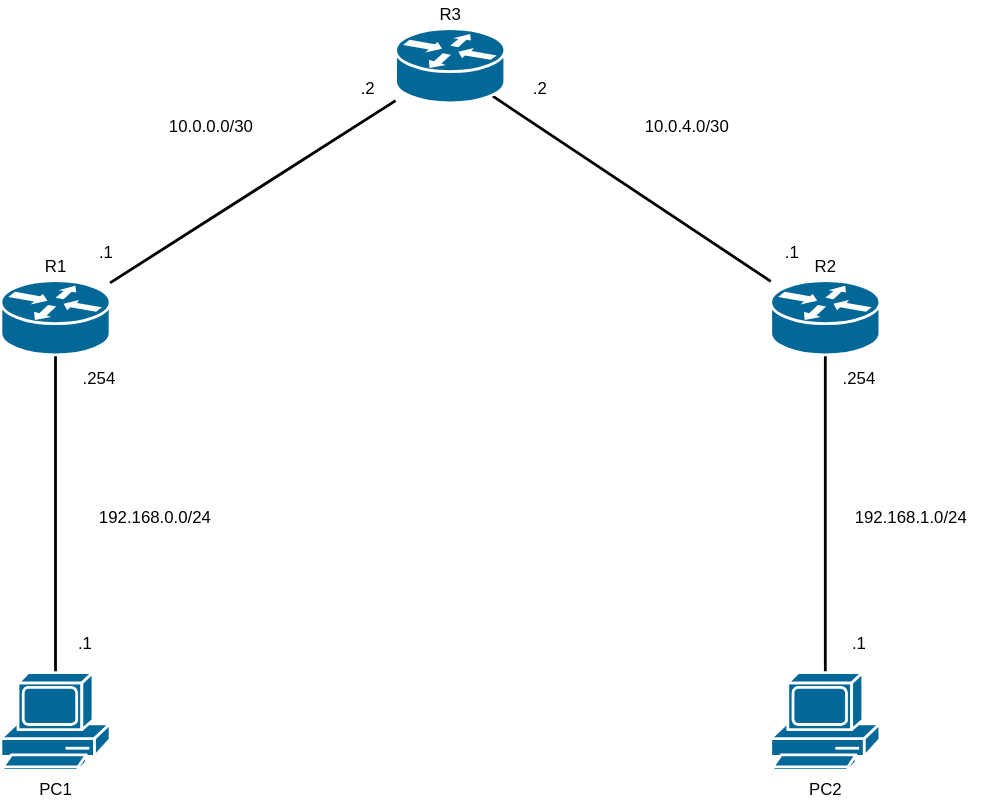
The draw.io diagram basic_routing01/fig/basic_static_route02.drawio.svg in ECCNetLab/problems, before a commit. Source tidied: cells renumbered, new cells last; positions are measured from the earlier drawing's top-left corner, leaving out a move shared by most shapes. The source it was exported from:
```xml
<mxGraphModel>
  <root>
    <mxCell id="0" />
    <mxCell id="1" parent="0" />
    <mxCell id="2" style="edgeStyle=none;html=1;endArrow=none;endFill=0;strokeWidth=2;" parent="1" edge="1" source="4" target="8">
      <mxGeometry relative="1" as="geometry" />
    </mxCell>
    <mxCell id="3" style="edgeStyle=none;html=1;strokeWidth=2;endArrow=none;endFill=0;" parent="1" edge="1" source="4" target="17">
      <mxGeometry relative="1" as="geometry" />
    </mxCell>
    <mxCell id="4" style="shape=mxgraph.cisco.routers.router;sketch=0;html=1;dashed=0;fillColor=#036897;strokeColor=#ffffff;strokeWidth=2;verticalLabelPosition=bottom;verticalAlign=top;align=center;outlineConnect=0;" parent="1" vertex="1">
      <mxGeometry y="200" width="78" height="53" as="geometry" />
    </mxCell>
    <mxCell id="5" style="edgeStyle=none;html=1;endArrow=none;endFill=0;strokeWidth=2;" parent="1" edge="1" source="7" target="9">
      <mxGeometry relative="1" as="geometry" />
    </mxCell>
    <mxCell id="6" style="edgeStyle=none;html=1;entryX=0.88;entryY=0.9;entryDx=0;entryDy=0;entryPerimeter=0;strokeWidth=2;endArrow=none;endFill=0;" parent="1" edge="1" source="7" target="17">
      <mxGeometry relative="1" as="geometry" />
    </mxCell>
    <mxCell id="7" style="shape=mxgraph.cisco.routers.router;sketch=0;html=1;dashed=0;fillColor=#036897;strokeColor=#ffffff;strokeWidth=2;verticalLabelPosition=bottom;verticalAlign=top;align=center;outlineConnect=0;" parent="1" vertex="1">
      <mxGeometry x="550" y="200" width="78" height="53" as="geometry" />
    </mxCell>
    <mxCell id="8" value="PC1" style="shape=mxgraph.cisco.computers_and_peripherals.pc;html=1;dashed=0;fillColor=#036897;strokeColor=#ffffff;strokeWidth=2;verticalLabelPosition=bottom;verticalAlign=top;align=center;outlineConnect=0;" parent="1" vertex="1">
      <mxGeometry y="480" width="78" height="70" as="geometry" />
    </mxCell>
    <mxCell id="9" value="PC2" style="shape=mxgraph.cisco.computers_and_peripherals.pc;html=1;dashed=0;fillColor=#036897;strokeColor=#ffffff;strokeWidth=2;verticalLabelPosition=bottom;verticalAlign=top;align=center;outlineConnect=0;" parent="1" vertex="1">
      <mxGeometry x="550" y="480" width="78" height="70" as="geometry" />
    </mxCell>
    <mxCell id="10" value="192.168.0.0/24&lt;br&gt;" style="text;html=1;align=center;verticalAlign=middle;strokeColor=none;fillColor=none;" parent="1" vertex="1">
      <mxGeometry x="60" y="360" width="100" height="20" as="geometry" />
    </mxCell>
    <mxCell id="11" value="192.168.1.0/24" style="text;html=1;align=center;verticalAlign=middle;strokeColor=none;fillColor=none;" parent="1" vertex="1">
      <mxGeometry x="600" y="360" width="100" height="20" as="geometry" />
    </mxCell>
    <mxCell id="12" value="10.0.0.0/30" style="text;html=1;align=center;verticalAlign=middle;strokeColor=none;fillColor=none;" parent="1" vertex="1">
      <mxGeometry x="110" y="80" width="80" height="20" as="geometry" />
    </mxCell>
    <mxCell id="13" value=".254" style="text;html=1;align=center;verticalAlign=middle;strokeColor=none;fillColor=none;" parent="1" vertex="1">
      <mxGeometry x="50" y="260" width="40" height="20" as="geometry" />
    </mxCell>
    <mxCell id="14" value=".1&lt;br&gt;" style="text;html=1;align=center;verticalAlign=middle;strokeColor=none;fillColor=none;" parent="1" vertex="1">
      <mxGeometry x="45" y="450" width="30" height="20" as="geometry" />
    </mxCell>
    <mxCell id="15" value=".254" style="text;html=1;align=center;verticalAlign=middle;strokeColor=none;fillColor=none;" parent="1" vertex="1">
      <mxGeometry x="593" y="260" width="40" height="20" as="geometry" />
    </mxCell>
    <mxCell id="16" value=".1&lt;br&gt;" style="text;html=1;align=center;verticalAlign=middle;strokeColor=none;fillColor=none;" parent="1" vertex="1">
      <mxGeometry x="598" y="450" width="30" height="20" as="geometry" />
    </mxCell>
    <mxCell id="17" style="shape=mxgraph.cisco.routers.router;sketch=0;html=1;dashed=0;fillColor=#036897;strokeColor=#ffffff;strokeWidth=2;verticalLabelPosition=bottom;verticalAlign=top;align=center;outlineConnect=0;" parent="1" vertex="1">
      <mxGeometry x="282" y="20" width="78" height="53" as="geometry" />
    </mxCell>
    <mxCell id="18" value="10.0.4.0/30" style="text;html=1;align=center;verticalAlign=middle;strokeColor=none;fillColor=none;" parent="1" vertex="1">
      <mxGeometry x="450" y="80" width="80" height="20" as="geometry" />
    </mxCell>
    <mxCell id="19" value=".2" style="text;html=1;align=center;verticalAlign=middle;strokeColor=none;fillColor=none;" parent="1" vertex="1">
      <mxGeometry x="247" y="53" width="30" height="20" as="geometry" />
    </mxCell>
    <mxCell id="20" value=".1" style="text;html=1;align=center;verticalAlign=middle;strokeColor=none;fillColor=none;" parent="1" vertex="1">
      <mxGeometry x="60" y="170" width="30" height="20" as="geometry" />
    </mxCell>
    <mxCell id="21" value=".1" style="text;html=1;align=center;verticalAlign=middle;strokeColor=none;fillColor=none;" parent="1" vertex="1">
      <mxGeometry x="550" y="170" width="30" height="20" as="geometry" />
    </mxCell>
    <mxCell id="22" value=".2" style="text;html=1;align=center;verticalAlign=middle;strokeColor=none;fillColor=none;" parent="1" vertex="1">
      <mxGeometry x="370" y="53" width="30" height="20" as="geometry" />
    </mxCell>
    <mxCell id="23" value="R1" style="text;html=1;align=center;verticalAlign=middle;strokeColor=none;fillColor=none;" parent="1" vertex="1">
      <mxGeometry x="24" y="180" width="30" height="20" as="geometry" />
    </mxCell>
    <mxCell id="24" value="R3" style="text;html=1;align=center;verticalAlign=middle;strokeColor=none;fillColor=none;" parent="1" vertex="1">
      <mxGeometry x="306" width="30" height="20" as="geometry" />
    </mxCell>
    <mxCell id="25" value="R2" style="text;html=1;align=center;verticalAlign=middle;strokeColor=none;fillColor=none;" parent="1" vertex="1">
      <mxGeometry x="574" y="180" width="30" height="20" as="geometry" />
    </mxCell>
  </root>
</mxGraphModel>
```
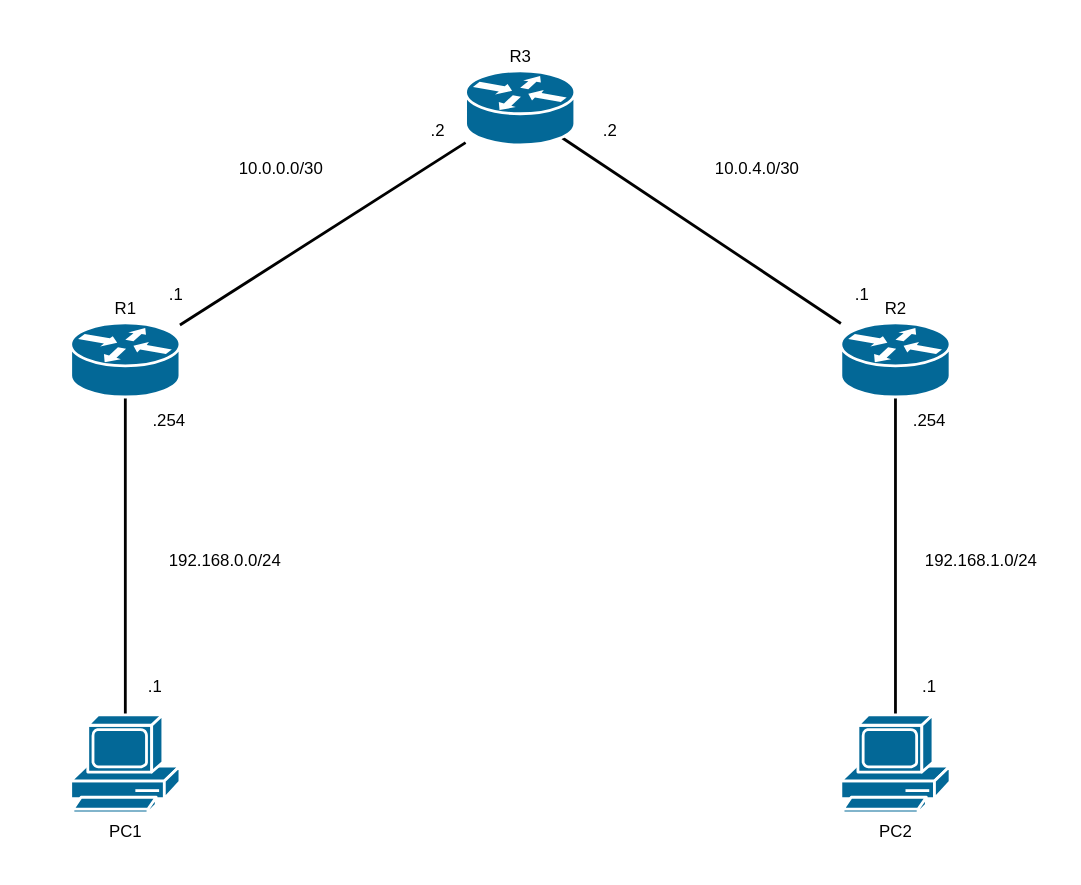
The same diagram one commit later.

The edit, as a diff of the source:
```diff
@@ -2,6 +2,9 @@
   <root>
     <mxCell id="0" />
     <mxCell id="1" parent="0" />
+    <mxCell id="26" style="rounded=0;whiteSpace=wrap;html=1;strokeColor=none;" parent="1" vertex="1">
+      <mxGeometry x="-50" y="-30" width="770" height="630" as="geometry" />
+    </mxCell>
     <mxCell id="2" style="edgeStyle=none;html=1;endArrow=none;endFill=0;strokeWidth=2;" parent="1" edge="1" source="4" target="8">
       <mxGeometry relative="1" as="geometry" />
     </mxCell>
```
